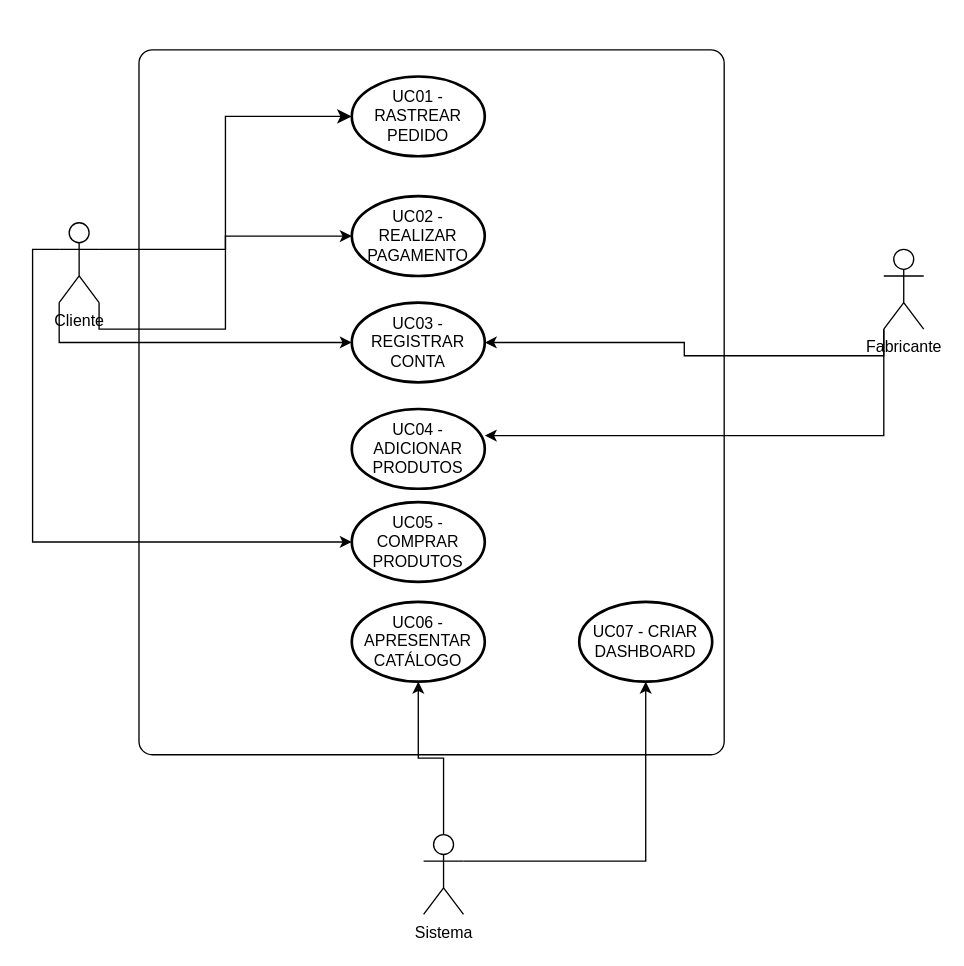
This is diagrama de caso de uso.drawio from PedroAP2/Projeto-EngenhariaDaComputacao, a draw.io file, before an edit. Source tidied: cells renumbered, new cells numbered last; positions are measured from the earlier drawing's top-left corner, leaving out a move shared by most shapes. Both pictures are drawn from the tidied source at 133%, with x=0, y=0 at pixel (32, 49).
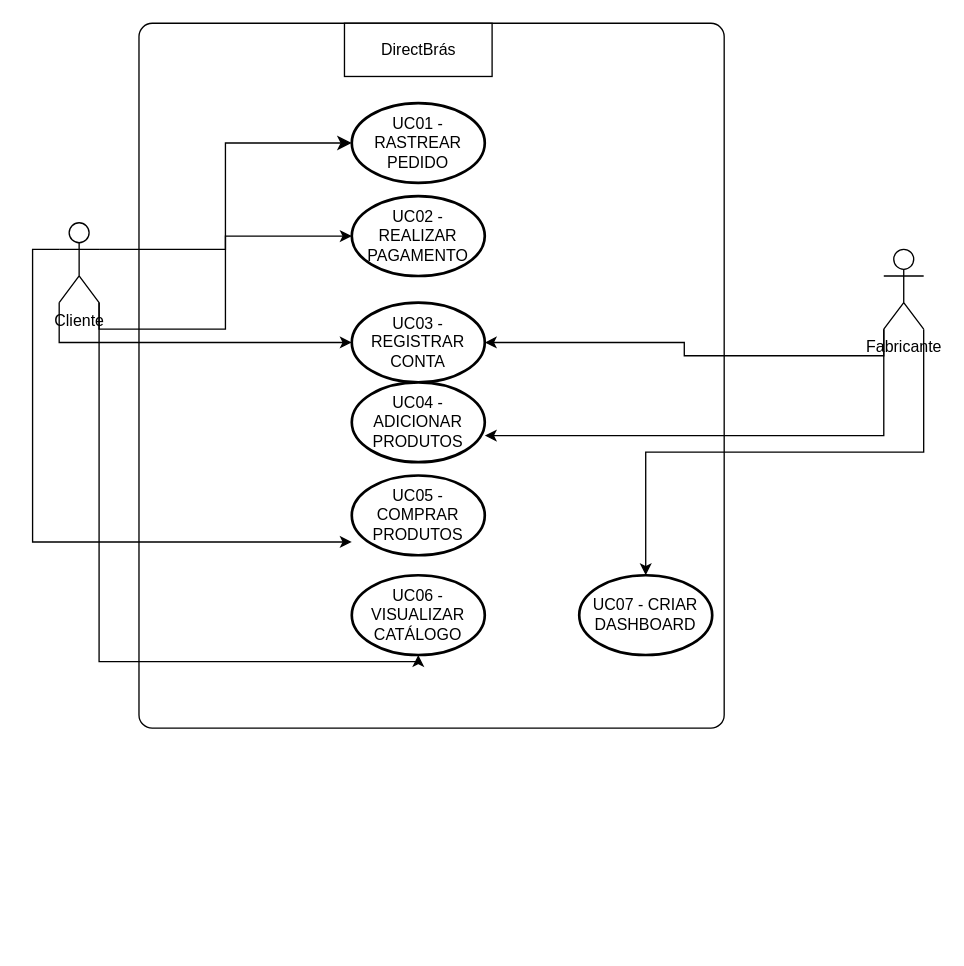
Above is the later version.

Unchanged cells that the change refers to:
```xml
<mxCell id="9" value="UC07 - CRIAR DASHBOARD" style="strokeWidth=2;html=1;shape=mxgraph.flowchart.start_1;whiteSpace=wrap;" parent="2" vertex="1">
  <mxGeometry x="331" y="415" width="100" height="60" as="geometry" />
</mxCell>
<mxCell id="13" value="Cliente" style="shape=umlActor;verticalLabelPosition=bottom;verticalAlign=top;html=1;outlineConnect=0;" parent="1" vertex="1">
  <mxGeometry x="20" y="130" width="30" height="60" as="geometry" />
</mxCell>
<mxCell id="16" value="Fabricante" style="shape=umlActor;verticalLabelPosition=bottom;verticalAlign=top;html=1;outlineConnect=0;" parent="1" vertex="1">
  <mxGeometry x="640" y="150" width="30" height="60" as="geometry" />
</mxCell>
```

What changed in the source:
```diff
@@
     <mxCell id="2" style="shape=mxgraph.bpmn.task;whiteSpace=wrap;rectStyle=rounded;size=10;html=1;taskMarker=abstract;" parent="1" vertex="1">
-      <mxGeometry x="80" width="440" height="530" as="geometry" />
+      <mxGeometry x="80" y="-20" width="440" height="530" as="geometry" />
     </mxCell>
     <mxCell id="3" value="UC01 - RASTREAR PEDIDO" style="strokeWidth=2;html=1;shape=mxgraph.flowchart.start_1;whiteSpace=wrap;" parent="2" vertex="1">
-      <mxGeometry x="160" y="20" width="100" height="60" as="geometry" />
+      <mxGeometry x="160" y="60" width="100" height="60" as="geometry" />
     </mxCell>
     <mxCell id="4" value="UC02 - REALIZAR PAGAMENTO" style="strokeWidth=2;html=1;shape=mxgraph.flowchart.start_1;whiteSpace=wrap;" parent="2" vertex="1">
-      <mxGeometry x="160" y="110" width="100" height="60" as="geometry" />
+      <mxGeometry x="160" y="130" width="100" height="60" as="geometry" />
     </mxCell>
     <mxCell id="5" value="UC03 - REGISTRAR CONTA" style="strokeWidth=2;html=1;shape=mxgraph.flowchart.start_1;whiteSpace=wrap;" parent="2" vertex="1">
-      <mxGeometry x="160" y="190" width="100" height="60" as="geometry" />
+      <mxGeometry x="160" y="210" width="100" height="60" as="geometry" />
     </mxCell>
@@
-    <mxCell id="8" value="UC06 - APRESENTAR CATÁLOGO" style="strokeWidth=2;html=1;shape=mxgraph.flowchart.start_1;whiteSpace=wrap;" parent="2" vertex="1">
+    <mxCell id="8" value="UC06 - VISUALIZAR CATÁLOGO" style="strokeWidth=2;html=1;shape=mxgraph.flowchart.start_1;whiteSpace=wrap;" parent="2" vertex="1">
       <mxGeometry x="160" y="415" width="100" height="60" as="geometry" />
     </mxCell>
@@
+    <mxCell id="21" value="DirectBrás" style="rounded=0;whiteSpace=wrap;html=1;" parent="2" vertex="1">
+      <mxGeometry x="154.5" width="111" height="40" as="geometry" />
+    </mxCell>
@@
+    <mxCell id="22" style="edgeStyle=orthogonalEdgeStyle;rounded=0;jettySize=auto;html=1;exitX=1;exitY=1;exitDx=0;exitDy=0;exitPerimeter=0;" parent="1" edge="1" source="13" target="8">
+      <mxGeometry relative="1" as="geometry">
+        <Array as="points">
+          <mxPoint x="50" y="460" />
+        </Array>
+      </mxGeometry>
+    </mxCell>
@@
+    <mxCell id="23" style="edgeStyle=orthogonalEdgeStyle;rounded=0;jettySize=auto;html=1;exitX=1;exitY=1;exitDx=0;exitDy=0;exitPerimeter=0;" parent="1" edge="1" source="16" target="9">
+      <mxGeometry relative="1" as="geometry" />
+    </mxCell>
@@
-    <mxCell id="17" style="edgeStyle=orthogonalEdgeStyle;rounded=0;jettySize=auto;html=1;exitX=0.5;exitY=0;exitDx=0;exitDy=0;exitPerimeter=0;" parent="1" edge="1" source="19" target="8">
-      <mxGeometry relative="1" as="geometry" />
-    </mxCell>
-    <mxCell id="18" style="edgeStyle=orthogonalEdgeStyle;rounded=0;jettySize=auto;html=1;exitX=1;exitY=0.3333333333333333;exitDx=0;exitDy=0;exitPerimeter=0;" parent="1" edge="1" source="19" target="9">
-      <mxGeometry relative="1" as="geometry" />
-    </mxCell>
-    <mxCell id="19" value="Sistema" style="shape=umlActor;verticalLabelPosition=bottom;verticalAlign=top;html=1;" parent="1" vertex="1">
-      <mxGeometry x="294" y="590" width="30" height="60" as="geometry" />
-    </mxCell>
```
